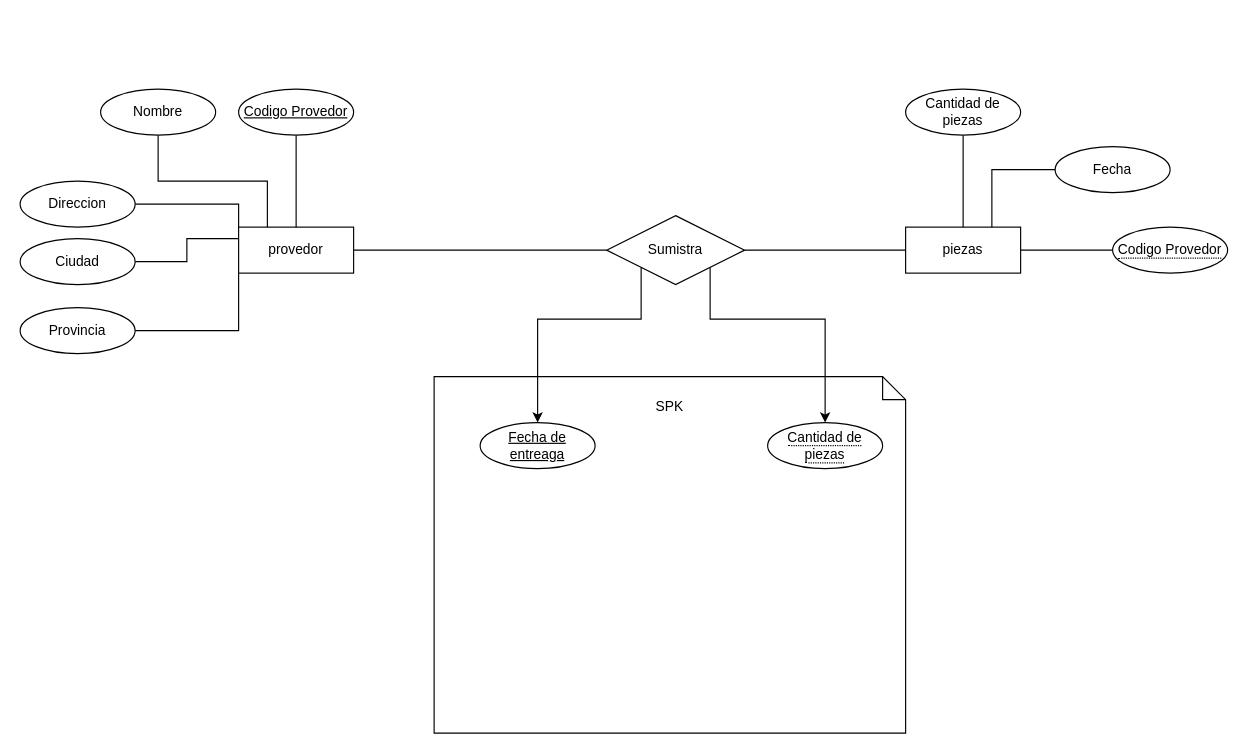
The draw.io diagram Proyectofinal.drawio in IsaiEDC/ACTs-moodels, before the edit. Source tidied: cells renumbered, new cells numbered last; positions are measured from the earlier drawing's top-left corner, leaving out a move shared by most shapes. Both pictures are drawn from the tidied source at 115%, with x=0, y=0 at pixel (20, 89).
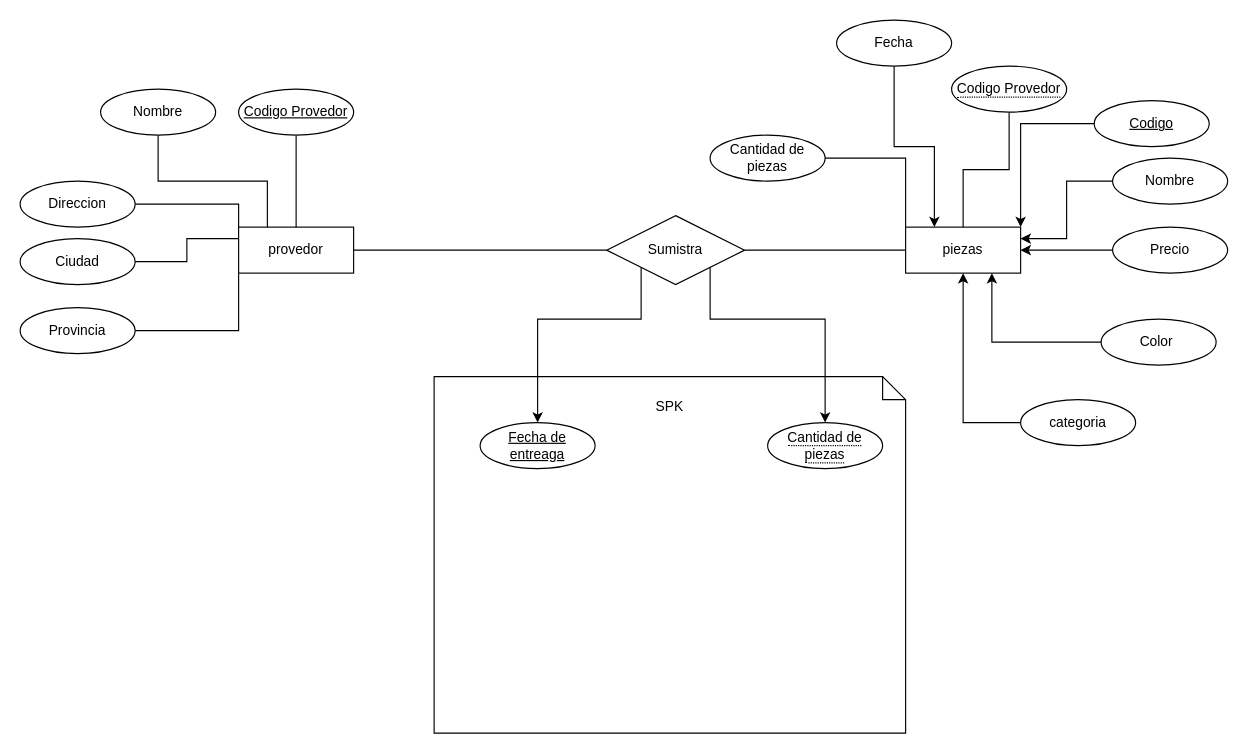
The same page after the edit.

The change refers to these unchanged cells:
```xml
<mxCell id="15" value="piezas" style="whiteSpace=wrap;html=1;align=center;" parent="1" vertex="1">
  <mxGeometry x="770" y="120" width="100" height="40" as="geometry" />
</mxCell>
```

What changed in the source:
```diff
@@
-    <mxCell id="20" style="edgeStyle=orthogonalEdgeStyle;rounded=0;jettySize=auto;html=1;entryX=0.5;entryY=0;entryDx=0;entryDy=0;endArrow=none;endFill=0;" parent="1" edge="1" source="21" target="15">
+    <mxCell id="20" style="edgeStyle=orthogonalEdgeStyle;rounded=0;jettySize=auto;html=1;entryX=0;entryY=0;entryDx=0;entryDy=0;endArrow=none;endFill=0;" parent="1" edge="1" source="21" target="15">
       <mxGeometry relative="1" as="geometry" />
     </mxCell>
     <mxCell id="21" value="Cantidad de piezas" style="ellipse;whiteSpace=wrap;html=1;align=center;" parent="1" vertex="1">
-      <mxGeometry x="770" width="100" height="40" as="geometry" />
+      <mxGeometry x="600" y="40" width="100" height="40" as="geometry" />
     </mxCell>
-    <mxCell id="22" style="edgeStyle=orthogonalEdgeStyle;rounded=0;jettySize=auto;html=1;entryX=0.75;entryY=0;entryDx=0;entryDy=0;endArrow=none;endFill=0;" parent="1" edge="1" source="23" target="15">
+    <mxCell id="22" style="edgeStyle=orthogonalEdgeStyle;rounded=0;jettySize=auto;html=1;entryX=0.25;entryY=0;entryDx=0;entryDy=0;" parent="1" edge="1" source="23" target="15">
       <mxGeometry relative="1" as="geometry" />
     </mxCell>
     <mxCell id="23" value="Fecha" style="ellipse;whiteSpace=wrap;html=1;align=center;" parent="1" vertex="1">
-      <mxGeometry x="900" y="50" width="100" height="40" as="geometry" />
+      <mxGeometry x="710" y="-60" width="100" height="40" as="geometry" />
     </mxCell>
-    <mxCell id="24" style="edgeStyle=orthogonalEdgeStyle;rounded=0;jettySize=auto;html=1;entryX=1;entryY=0.5;entryDx=0;entryDy=0;endArrow=none;endFill=0;" parent="1" edge="1" source="25" target="15">
+    <mxCell id="24" style="edgeStyle=orthogonalEdgeStyle;rounded=0;jettySize=auto;html=1;entryX=0.5;entryY=0;entryDx=0;entryDy=0;endArrow=none;endFill=0;" parent="1" edge="1" source="25" target="15">
       <mxGeometry relative="1" as="geometry" />
     </mxCell>
     <mxCell id="25" value="&lt;span style=&quot;border-bottom: 1px dotted&quot;&gt;Codigo Provedor&lt;/span&gt;" style="ellipse;whiteSpace=wrap;html=1;align=center;" parent="1" vertex="1">
-      <mxGeometry x="950" y="120" width="100" height="40" as="geometry" />
+      <mxGeometry x="810" y="-20" width="100" height="40" as="geometry" />
     </mxCell>
@@
+    <mxCell id="28" style="edgeStyle=orthogonalEdgeStyle;rounded=0;jettySize=auto;html=1;exitX=0;exitY=0.5;exitDx=0;exitDy=0;entryX=1;entryY=0;entryDx=0;entryDy=0;" parent="1" edge="1" source="29" target="15">
+      <mxGeometry relative="1" as="geometry" />
+    </mxCell>
+    <mxCell id="29" value="Codigo" style="ellipse;whiteSpace=wrap;html=1;align=center;fontStyle=4;" parent="1" vertex="1">
+      <mxGeometry x="934" y="10" width="100" height="40" as="geometry" />
+    </mxCell>
+    <mxCell id="30" style="edgeStyle=orthogonalEdgeStyle;rounded=0;jettySize=auto;html=1;entryX=1;entryY=0.5;entryDx=0;entryDy=0;" parent="1" edge="1" source="31" target="15">
+      <mxGeometry relative="1" as="geometry" />
+    </mxCell>
+    <mxCell id="31" value="Precio" style="ellipse;whiteSpace=wrap;html=1;align=center;" parent="1" vertex="1">
+      <mxGeometry x="950" y="120" width="100" height="40" as="geometry" />
+    </mxCell>
+    <mxCell id="32" style="edgeStyle=orthogonalEdgeStyle;rounded=0;jettySize=auto;html=1;entryX=0.75;entryY=1;entryDx=0;entryDy=0;" parent="1" edge="1" source="33" target="15">
+      <mxGeometry relative="1" as="geometry" />
+    </mxCell>
+    <mxCell id="33" value="Color&amp;nbsp;" style="ellipse;whiteSpace=wrap;html=1;align=center;" parent="1" vertex="1">
+      <mxGeometry x="940" y="200" width="100" height="40" as="geometry" />
+    </mxCell>
+    <mxCell id="34" style="edgeStyle=orthogonalEdgeStyle;rounded=0;jettySize=auto;html=1;entryX=1;entryY=0.25;entryDx=0;entryDy=0;" parent="1" edge="1" source="35" target="15">
+      <mxGeometry relative="1" as="geometry" />
+    </mxCell>
+    <mxCell id="35" value="Nombre" style="ellipse;whiteSpace=wrap;html=1;align=center;" parent="1" vertex="1">
+      <mxGeometry x="950" y="60" width="100" height="40" as="geometry" />
+    </mxCell>
+    <mxCell id="36" style="edgeStyle=orthogonalEdgeStyle;rounded=0;jettySize=auto;html=1;exitX=0;exitY=0.5;exitDx=0;exitDy=0;entryX=0.5;entryY=1;entryDx=0;entryDy=0;" parent="1" edge="1" source="37" target="15">
+      <mxGeometry relative="1" as="geometry" />
+    </mxCell>
+    <mxCell id="37" value="categoria" style="ellipse;whiteSpace=wrap;html=1;align=center;" parent="1" vertex="1">
+      <mxGeometry x="870" y="270" width="100" height="40" as="geometry" />
+    </mxCell>
```
